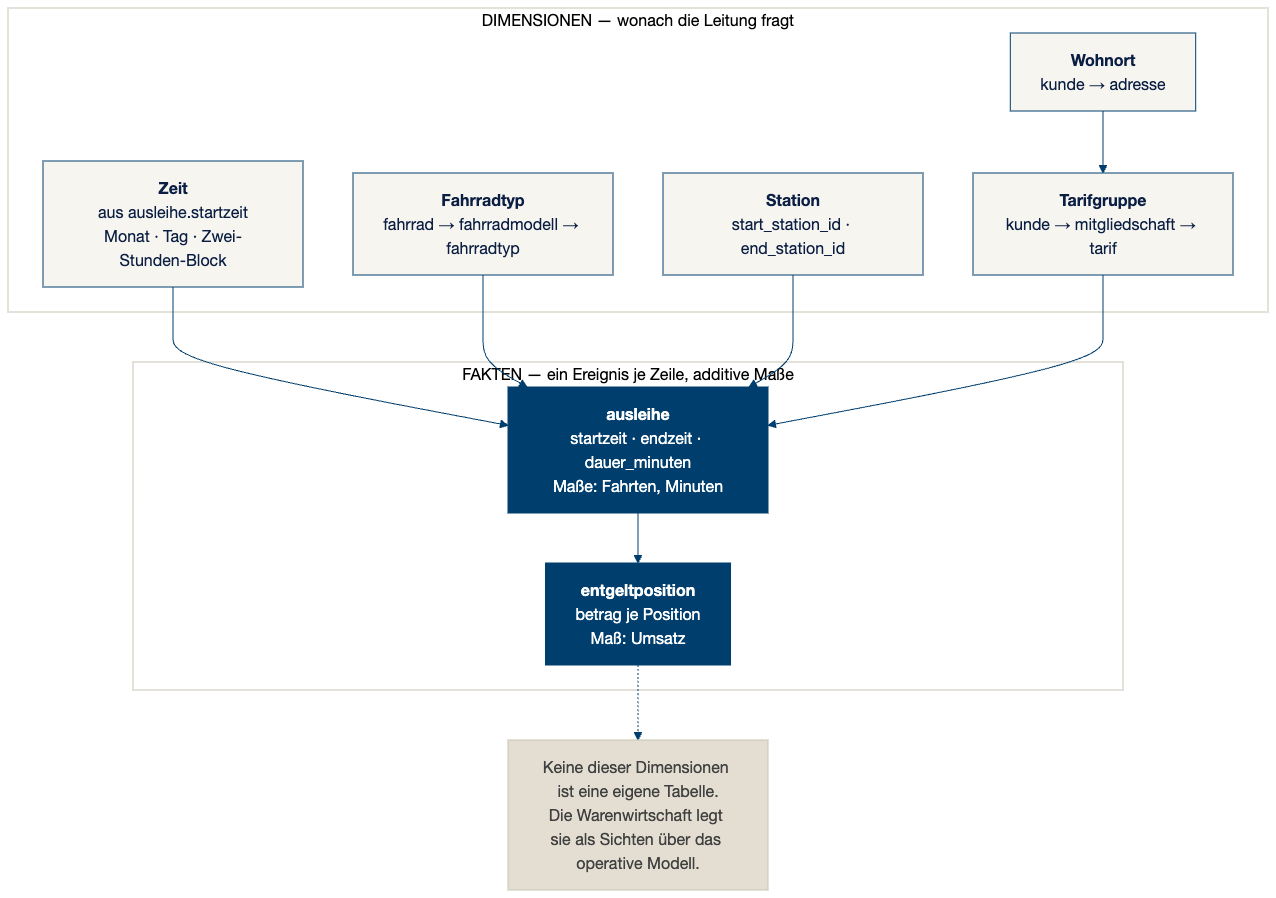
Earlier version of the Mermaid export slides/assets/analytik-stern.png (swrobuts/velocity-fallstudie). Its source is kept beside it as doku/datenmodell/erd/analytik-stern.mmd. The source it was exported from:
```mermaid
flowchart TB
    subgraph FAKT["FAKTEN — ein Ereignis je Zeile, additive Maße"]
        direction LR
        AUS["<b>ausleihe</b><br/>startzeit · endzeit · dauer_minuten<br/>Maße: Fahrten, Minuten"]
        ENT["<b>entgeltposition</b><br/>betrag je Position<br/>Maß: Umsatz"]
    end

    subgraph DIM["DIMENSIONEN — wonach die Leitung fragt"]
        direction LR
        ZEIT["<b>Zeit</b><br/>aus ausleihe.startzeit<br/>Monat · Tag · Zwei-Stunden-Block"]
        RAD["<b>Fahrradtyp</b><br/>fahrrad → fahrradmodell → fahrradtyp"]
        STA["<b>Station</b><br/>start_station_id · end_station_id"]
        TAR["<b>Tarifgruppe</b><br/>kunde → mitgliedschaft → tarif"]
        ORT["<b>Wohnort</b><br/>kunde → adresse"]
    end

    ZEIT --> AUS
    RAD  --> AUS
    STA  --> AUS
    TAR  --> AUS
    ORT  --> TAR
    AUS  --> ENT

    HIN["Keine dieser Dimensionen ist eine eigene Tabelle.<br/>Die Warenwirtschaft legt sie als Sichten über das operative Modell."]

    ENT -.-> HIN

    classDef fakt fill:#003E6E,stroke:#003E6E,color:#FFFFFF
    classDef dim  fill:#F7F5EF,stroke:#003E6E,color:#0B1F44
    classDef hin  fill:#E3DED1,stroke:#C9C3B4,color:#404040
    class AUS,ENT fakt
    class ZEIT,RAD,STA,TAR,ORT dim
    class HIN hin
```
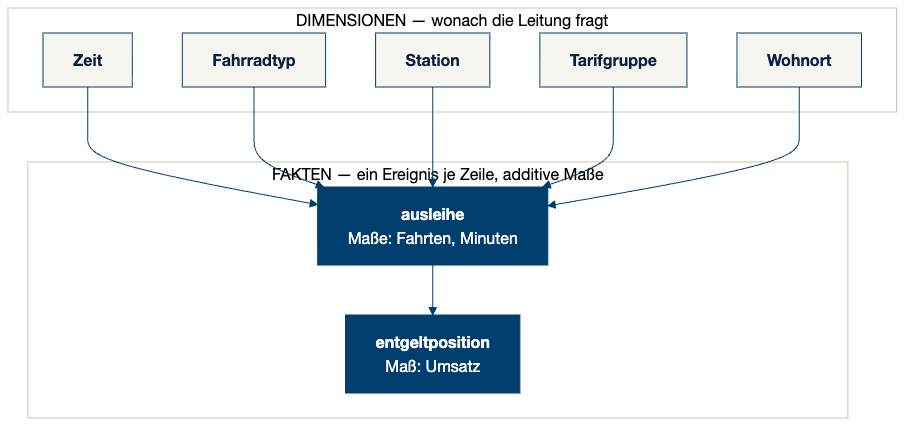
After the commit.

The edit, as a diff of the source:
```diff
@@ -1,33 +1,28 @@
 flowchart TB
     subgraph FAKT["FAKTEN — ein Ereignis je Zeile, additive Maße"]
         direction LR
-        AUS["<b>ausleihe</b><br/>startzeit · endzeit · dauer_minuten<br/>Maße: Fahrten, Minuten"]
-        ENT["<b>entgeltposition</b><br/>betrag je Position<br/>Maß: Umsatz"]
+        AUS["<b>ausleihe</b><br/>Maße: Fahrten, Minuten"]
+        ENT["<b>entgeltposition</b><br/>Maß: Umsatz"]
     end
 
     subgraph DIM["DIMENSIONEN — wonach die Leitung fragt"]
         direction LR
-        ZEIT["<b>Zeit</b><br/>aus ausleihe.startzeit<br/>Monat · Tag · Zwei-Stunden-Block"]
-        RAD["<b>Fahrradtyp</b><br/>fahrrad → fahrradmodell → fahrradtyp"]
-        STA["<b>Station</b><br/>start_station_id · end_station_id"]
-        TAR["<b>Tarifgruppe</b><br/>kunde → mitgliedschaft → tarif"]
-        ORT["<b>Wohnort</b><br/>kunde → adresse"]
+        ZEIT["<b>Zeit</b>"]
+        RAD["<b>Fahrradtyp</b>"]
+        STA["<b>Station</b>"]
+        TAR["<b>Tarifgruppe</b>"]
+        ORT["<b>Wohnort</b>"]
     end
 
     ZEIT --> AUS
     RAD  --> AUS
     STA  --> AUS
     TAR  --> AUS
-    ORT  --> TAR
+    ORT  --> AUS
     AUS  --> ENT
-
-    HIN["Keine dieser Dimensionen ist eine eigene Tabelle.<br/>Die Warenwirtschaft legt sie als Sichten über das operative Modell."]
-
-    ENT -.-> HIN
 
     classDef fakt fill:#003E6E,stroke:#003E6E,color:#FFFFFF
     classDef dim  fill:#F7F5EF,stroke:#003E6E,color:#0B1F44
-    classDef hin  fill:#E3DED1,stroke:#C9C3B4,color:#404040
     class AUS,ENT fakt
     class ZEIT,RAD,STA,TAR,ORT dim
     class HIN hin
```
